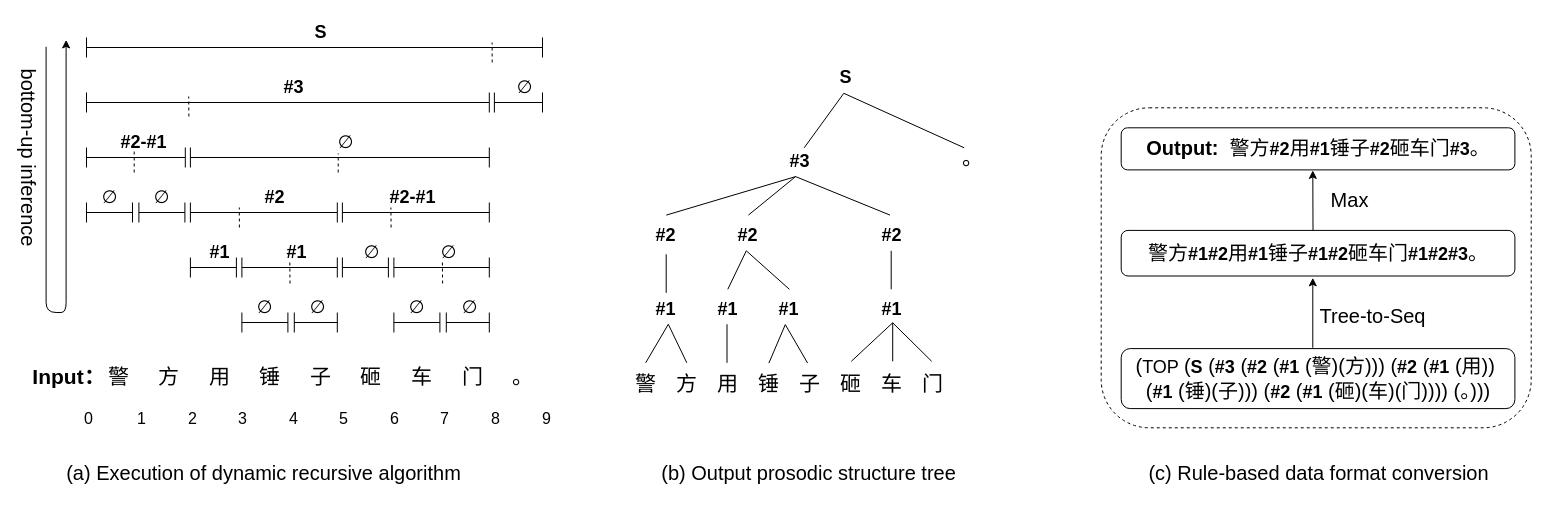
Earlier version of the draw.io diagram page "第 8 页" (8 of 13) of Untitled Diagram.drawio (ishine/Char2Prosody). Source tidied: cells renumbered, new cells numbered last; positions are measured from the earlier drawing's top-left corner, leaving out a move shared by most shapes. Both pictures are drawn from the tidied source at 100%, with x=0, y=0 at pixel (-66, 17).
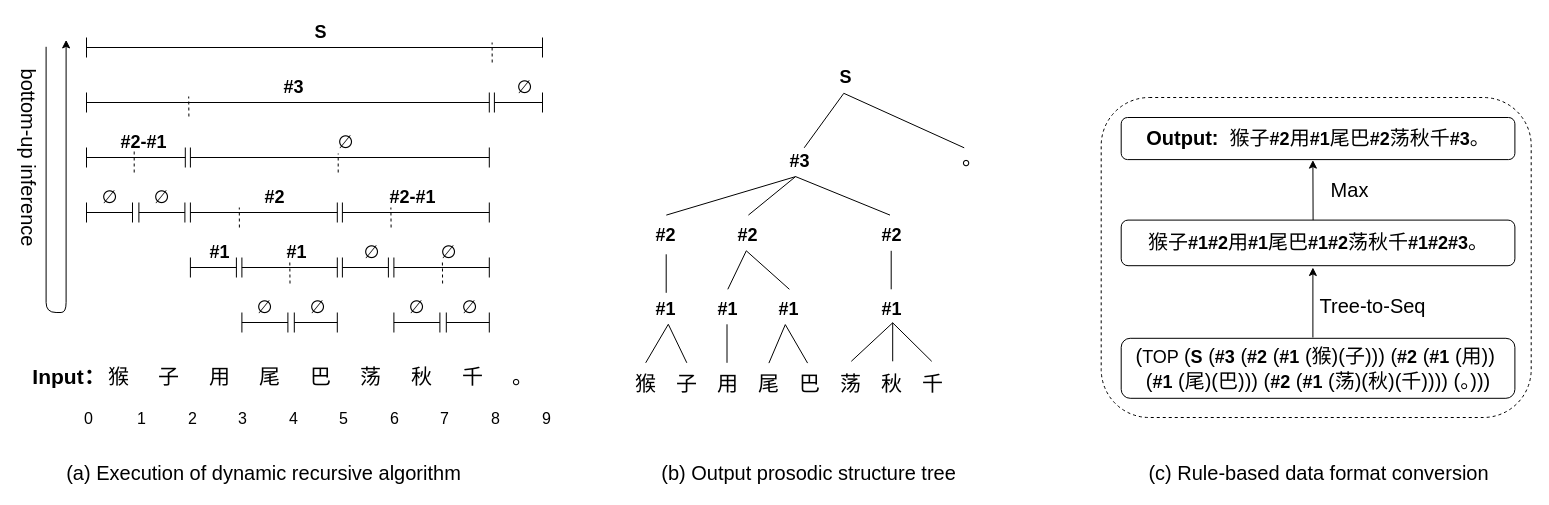
The same page after the edit.

Unchanged cells that the change refers to:
```xml
<mxCell id="3" style="group;" parent="1" vertex="1">
  <mxGeometry x="690.7" y="25.3" width="367.4" height="355.8" as="geometry" />
</mxCell>
```

The edit, as a diff of the source:
```diff
@@
-    <mxCell id="2" style="rounded=1;whiteSpace=wrap;html=1;fontSize=16;strokeColor=#000000;strokeWidth=1;fillColor=none;dashed=1;" parent="1" vertex="1">
-      <mxGeometry x="1166.7" y="90.3" width="430" height="320" as="geometry" />
-    </mxCell>
@@
-    <mxCell id="4" value="砸" style="text;html=1;align=center;verticalAlign=middle;fillColor=none;strokeColor=none;rounded=0;fontSize=21;" parent="3" vertex="1">
+    <mxCell id="4" value="荡" style="text;html=1;align=center;verticalAlign=middle;fillColor=none;strokeColor=none;rounded=0;fontSize=21;" parent="3" vertex="1">
       <mxGeometry x="205.3" y="325.8" width="40" height="30" as="geometry" />
     </mxCell>
-    <mxCell id="5" value="车" style="text;html=1;align=center;verticalAlign=middle;fillColor=none;strokeColor=none;rounded=0;fontSize=21;" parent="3" vertex="1">
+    <mxCell id="5" value="秋" style="text;html=1;align=center;verticalAlign=middle;fillColor=none;strokeColor=none;rounded=0;fontSize=21;" parent="3" vertex="1">
       <mxGeometry x="246.3" y="325.8" width="40" height="30" as="geometry" />
     </mxCell>
-    <mxCell id="6" value="门" style="text;html=1;align=center;verticalAlign=middle;fillColor=none;strokeColor=none;rounded=0;fontSize=21;" parent="3" vertex="1">
+    <mxCell id="6" value="千" style="text;html=1;align=center;verticalAlign=middle;fillColor=none;strokeColor=none;rounded=0;fontSize=21;" parent="3" vertex="1">
       <mxGeometry x="287.4" y="325.8" width="40" height="30" as="geometry" />
     </mxCell>
-    <mxCell id="7" value="锤" style="text;html=1;align=center;verticalAlign=middle;fillColor=none;strokeColor=none;rounded=0;fontSize=21;" parent="3" vertex="1">
+    <mxCell id="7" value="尾" style="text;html=1;align=center;verticalAlign=middle;fillColor=none;strokeColor=none;rounded=0;fontSize=21;" parent="3" vertex="1">
       <mxGeometry x="123.2" y="325.8" width="40" height="30" as="geometry" />
     </mxCell>
-    <mxCell id="8" value="警" style="text;html=1;align=center;verticalAlign=middle;fillColor=none;strokeColor=none;rounded=0;fontSize=21;" parent="3" vertex="1">
+    <mxCell id="8" value="猴" style="text;html=1;align=center;verticalAlign=middle;fillColor=none;strokeColor=none;rounded=0;fontSize=21;" parent="3" vertex="1">
       <mxGeometry y="325.8" width="40" height="30" as="geometry" />
     </mxCell>
-    <mxCell id="9" value="方" style="text;html=1;align=center;verticalAlign=middle;fillColor=none;strokeColor=none;rounded=0;fontSize=21;" parent="3" vertex="1">
+    <mxCell id="9" value="子" style="text;html=1;align=center;verticalAlign=middle;fillColor=none;strokeColor=none;rounded=0;fontSize=21;" parent="3" vertex="1">
       <mxGeometry x="41.1" y="325.8" width="40" height="30" as="geometry" />
     </mxCell>
@@
-    <mxCell id="11" value="子" style="text;html=1;align=center;verticalAlign=middle;fillColor=none;strokeColor=none;rounded=0;fontSize=21;" parent="3" vertex="1">
+    <mxCell id="11" value="巴" style="text;html=1;align=center;verticalAlign=middle;fillColor=none;strokeColor=none;rounded=0;fontSize=21;" parent="3" vertex="1">
       <mxGeometry x="164.2" y="325.8" width="40" height="30" as="geometry" />
     </mxCell>
@@
-    <mxCell id="39" value="&lt;p id=&quot;ud6db5a76&quot; class=&quot;ne-p&quot; style=&quot;margin: 0px ; padding: 0px ; min-height: 24px&quot;&gt;&lt;span class=&quot;ne-text&quot;&gt;(&lt;/span&gt;&lt;span class=&quot;ne-text&quot;&gt;&lt;font style=&quot;font-size: 18px&quot;&gt;TOP&amp;nbsp;&lt;/font&gt;&lt;/span&gt;&lt;span class=&quot;ne-text&quot;&gt;(&lt;/span&gt;&lt;span class=&quot;ne-text&quot;&gt;&lt;font style=&quot;font-size: 18px&quot;&gt;&lt;b&gt;S&lt;/b&gt;&lt;/font&gt;&lt;/span&gt;&lt;span class=&quot;ne-text&quot;&gt;&amp;nbsp;&lt;/span&gt;&lt;span class=&quot;ne-text&quot;&gt;(&lt;/span&gt;&lt;span class=&quot;ne-text&quot;&gt;&lt;font style=&quot;font-size: 18px&quot;&gt;&lt;b&gt;#3&lt;/b&gt;&lt;/font&gt;&lt;/span&gt;&lt;span class=&quot;ne-text&quot;&gt;&amp;nbsp;&lt;/span&gt;&lt;span class=&quot;ne-text&quot;&gt;(&lt;/span&gt;&lt;span class=&quot;ne-text&quot;&gt;&lt;font style=&quot;font-size: 18px&quot;&gt;&lt;b&gt;#2&lt;/b&gt;&lt;/font&gt;&lt;/span&gt;&lt;span class=&quot;ne-text&quot;&gt;&amp;nbsp;(&lt;/span&gt;&lt;span class=&quot;ne-text&quot;&gt;&lt;font style=&quot;font-size: 18px&quot;&gt;&lt;b&gt;#1&lt;/b&gt;&lt;/font&gt;&lt;/span&gt;&lt;span class=&quot;ne-text&quot;&gt;&amp;nbsp;(警)(方))&lt;/span&gt;&lt;span class=&quot;ne-text&quot;&gt;)&lt;/span&gt;&lt;span class=&quot;ne-text&quot;&gt;&amp;nbsp;&lt;/span&gt;&lt;span class=&quot;ne-text&quot;&gt;(&lt;/span&gt;&lt;span class=&quot;ne-text&quot;&gt;&lt;font style=&quot;font-size: 18px&quot;&gt;&lt;b&gt;#2&lt;/b&gt;&lt;/font&gt;&lt;/span&gt;&lt;span class=&quot;ne-text&quot;&gt;&amp;nbsp;(&lt;/span&gt;&lt;span class=&quot;ne-text&quot;&gt;&lt;font style=&quot;font-size: 18px&quot;&gt;&lt;b&gt;#1&lt;/b&gt;&lt;/font&gt;&lt;/span&gt;&lt;span class=&quot;ne-text&quot;&gt;&amp;nbsp;(用))&amp;nbsp;&lt;/span&gt;&lt;/p&gt;&lt;p id=&quot;ud6db5a76&quot; class=&quot;ne-p&quot; style=&quot;margin: 0px ; padding: 0px ; min-height: 24px&quot;&gt;&lt;span class=&quot;ne-text&quot;&gt;(&lt;/span&gt;&lt;span class=&quot;ne-text&quot;&gt;&lt;font style=&quot;font-size: 18px&quot;&gt;&lt;b&gt;#1&lt;/b&gt;&lt;/font&gt;&lt;/span&gt;&lt;span class=&quot;ne-text&quot;&gt;&amp;nbsp;(锤)(子))&lt;/span&gt;&lt;span class=&quot;ne-text&quot;&gt;)&lt;/span&gt;&lt;span class=&quot;ne-text&quot;&gt;&amp;nbsp;&lt;/span&gt;&lt;span class=&quot;ne-text&quot;&gt;(&lt;/span&gt;&lt;span class=&quot;ne-text&quot;&gt;&lt;font style=&quot;font-size: 18px&quot;&gt;&lt;b&gt;#2&lt;/b&gt;&lt;/font&gt;&lt;/span&gt;&lt;span class=&quot;ne-text&quot;&gt;&amp;nbsp;(&lt;/span&gt;&lt;span class=&quot;ne-text&quot;&gt;&lt;font style=&quot;font-size: 18px&quot;&gt;&lt;b&gt;#1&lt;/b&gt;&lt;/font&gt;&lt;/span&gt;&lt;span class=&quot;ne-text&quot;&gt;&amp;nbsp;(砸)(车)(门))&lt;/span&gt;&lt;span class=&quot;ne-text&quot;&gt;)&lt;/span&gt;&lt;span class=&quot;ne-text&quot;&gt;)&lt;/span&gt;&lt;span class=&quot;ne-text&quot;&gt;&amp;nbsp;(。)&lt;/span&gt;&lt;span class=&quot;ne-text&quot;&gt;)&lt;/span&gt;&lt;span class=&quot;ne-text&quot;&gt;)&lt;/span&gt;&lt;/p&gt;" style="rounded=1;whiteSpace=wrap;html=1;fontSize=20;strokeColor=#000000;strokeWidth=1;fillColor=none;" parent="1" vertex="1">
-      <mxGeometry x="1186.7" y="331.1" width="393.7" height="60" as="geometry" />
-    </mxCell>
-    <mxCell id="40" value="&lt;span class=&quot;ne-text&quot;&gt;警方&lt;/span&gt;&lt;span class=&quot;ne-text&quot;&gt;&lt;font style=&quot;font-size: 18px&quot;&gt;&lt;b&gt;#1#2&lt;/b&gt;&lt;/font&gt;&lt;/span&gt;&lt;span class=&quot;ne-text&quot;&gt;用&lt;/span&gt;&lt;span class=&quot;ne-text&quot;&gt;&lt;font style=&quot;font-size: 18px&quot;&gt;&lt;b&gt;#1&lt;/b&gt;&lt;/font&gt;&lt;/span&gt;&lt;span class=&quot;ne-text&quot;&gt;锤子&lt;/span&gt;&lt;span class=&quot;ne-text&quot;&gt;&lt;font style=&quot;font-size: 18px&quot;&gt;&lt;b&gt;#1#2&lt;/b&gt;&lt;/font&gt;&lt;/span&gt;&lt;span class=&quot;ne-text&quot;&gt;砸车门&lt;/span&gt;&lt;span class=&quot;ne-text&quot;&gt;&lt;font style=&quot;font-size: 18px&quot;&gt;&lt;b&gt;#1#2#3&lt;/b&gt;&lt;/font&gt;&lt;/span&gt;&lt;span class=&quot;ne-text&quot;&gt;。&lt;/span&gt;" style="rounded=1;whiteSpace=wrap;html=1;fontSize=20;strokeColor=#000000;strokeWidth=1;fillColor=none;" parent="1" vertex="1">
-      <mxGeometry x="1186.7" y="212.9" width="393.7" height="45.6" as="geometry" />
-    </mxCell>
-    <mxCell id="41" value="&lt;span class=&quot;ne-text&quot;&gt;&lt;b&gt;Output:&lt;/b&gt;&amp;nbsp; 警方&lt;/span&gt;&lt;span class=&quot;ne-text&quot;&gt;&lt;font style=&quot;font-size: 18px&quot;&gt;&lt;b&gt;#2&lt;/b&gt;&lt;/font&gt;&lt;/span&gt;&lt;span class=&quot;ne-text&quot;&gt;用&lt;/span&gt;&lt;span class=&quot;ne-text&quot;&gt;&lt;font style=&quot;font-size: 18px&quot;&gt;&lt;b&gt;#1&lt;/b&gt;&lt;/font&gt;&lt;/span&gt;&lt;span class=&quot;ne-text&quot;&gt;锤子&lt;/span&gt;&lt;span class=&quot;ne-text&quot;&gt;&lt;font style=&quot;font-size: 18px&quot;&gt;&lt;b&gt;#2&lt;/b&gt;&lt;/font&gt;&lt;/span&gt;&lt;span class=&quot;ne-text&quot;&gt;砸车门&lt;/span&gt;&lt;span class=&quot;ne-text&quot;&gt;&lt;font style=&quot;font-size: 18px&quot;&gt;&lt;b&gt;#3&lt;/b&gt;&lt;/font&gt;&lt;/span&gt;&lt;span class=&quot;ne-text&quot;&gt;。&lt;/span&gt;" style="rounded=1;whiteSpace=wrap;html=1;fontSize=20;strokeColor=#000000;strokeWidth=1;fillColor=none;" parent="1" vertex="1">
-      <mxGeometry x="1186.7" y="110.3" width="393.7" height="42.1" as="geometry" />
-    </mxCell>
-    <mxCell id="42" style="endArrow=classic;html=1;fontSize=20;" parent="1" edge="1">
-      <mxGeometry relative="1" as="geometry">
-        <mxPoint x="1378.3" y="330.3" as="sourcePoint" />
-        <mxPoint x="1378.3" y="260.3" as="targetPoint" />
-      </mxGeometry>
-    </mxCell>
-    <mxCell id="43" style="endArrow=classic;html=1;fontSize=20;" parent="1" edge="1">
-      <mxGeometry relative="1" as="geometry">
-        <mxPoint x="1378.5" y="212.9" as="sourcePoint" />
-        <mxPoint x="1378.3" y="152.9" as="targetPoint" />
-      </mxGeometry>
-    </mxCell>
-    <mxCell id="44" value="Tree-to-Seq" style="text;html=1;align=center;verticalAlign=middle;fillColor=none;strokeColor=none;rounded=0;fontSize=20;" parent="1" vertex="1">
-      <mxGeometry x="1378.4" y="283" width="120" height="30" as="geometry" />
-    </mxCell>
-    <mxCell id="45" value="Max" style="text;html=1;align=center;verticalAlign=middle;fillColor=none;strokeColor=none;rounded=0;fontSize=20;" parent="1" vertex="1">
-      <mxGeometry x="1390.4" y="167" width="50" height="30" as="geometry" />
-    </mxCell>
@@
-    <mxCell id="59" value="砸" style="text;html=1;align=center;verticalAlign=middle;fillColor=none;strokeColor=none;rounded=0;fontSize=21;" parent="1" vertex="1">
+    <mxCell id="59" value="荡" style="text;html=1;align=center;verticalAlign=middle;fillColor=none;strokeColor=none;rounded=0;fontSize=21;" parent="1" vertex="1">
       <mxGeometry x="416.4" y="344" width="40" height="30" as="geometry" />
     </mxCell>
-    <mxCell id="60" value="车" style="text;html=1;align=center;verticalAlign=middle;fillColor=none;strokeColor=none;rounded=0;fontSize=21;" parent="1" vertex="1">
+    <mxCell id="60" value="秋" style="text;html=1;align=center;verticalAlign=middle;fillColor=none;strokeColor=none;rounded=0;fontSize=21;" parent="1" vertex="1">
       <mxGeometry x="467" y="344" width="40" height="30" as="geometry" />
     </mxCell>
-    <mxCell id="61" value="门" style="text;html=1;align=center;verticalAlign=middle;fillColor=none;strokeColor=none;rounded=0;fontSize=21;" parent="1" vertex="1">
+    <mxCell id="61" value="千" style="text;html=1;align=center;verticalAlign=middle;fillColor=none;strokeColor=none;rounded=0;fontSize=21;" parent="1" vertex="1">
       <mxGeometry x="517.5" y="344" width="40" height="30" as="geometry" />
     </mxCell>
@@
-    <mxCell id="63" value="锤" style="text;html=1;align=center;verticalAlign=middle;fillColor=none;strokeColor=none;rounded=0;fontSize=21;" parent="1" vertex="1">
+    <mxCell id="63" value="尾" style="text;html=1;align=center;verticalAlign=middle;fillColor=none;strokeColor=none;rounded=0;fontSize=21;" parent="1" vertex="1">
       <mxGeometry x="315.3" y="344" width="40" height="30" as="geometry" />
     </mxCell>
-    <mxCell id="64" value="警" style="text;html=1;align=center;verticalAlign=middle;fillColor=none;strokeColor=none;rounded=0;fontSize=21;" parent="1" vertex="1">
+    <mxCell id="64" value="猴" style="text;html=1;align=center;verticalAlign=middle;fillColor=none;strokeColor=none;rounded=0;fontSize=21;" parent="1" vertex="1">
       <mxGeometry x="163.7" y="344" width="40" height="30" as="geometry" />
     </mxCell>
-    <mxCell id="65" value="方" style="text;html=1;align=center;verticalAlign=middle;fillColor=none;strokeColor=none;rounded=0;fontSize=21;" parent="1" vertex="1">
+    <mxCell id="65" value="子" style="text;html=1;align=center;verticalAlign=middle;fillColor=none;strokeColor=none;rounded=0;fontSize=21;" parent="1" vertex="1">
       <mxGeometry x="214.2" y="344" width="40" height="30" as="geometry" />
     </mxCell>
@@
-    <mxCell id="67" value="子" style="text;html=1;align=center;verticalAlign=middle;fillColor=none;strokeColor=none;rounded=0;fontSize=21;" parent="1" vertex="1">
+    <mxCell id="67" value="巴" style="text;html=1;align=center;verticalAlign=middle;fillColor=none;strokeColor=none;rounded=0;fontSize=21;" parent="1" vertex="1">
       <mxGeometry x="365.9" y="344" width="40" height="30" as="geometry" />
     </mxCell>
@@
+    <mxCell id="113" style="group;" parent="1" vertex="1">
+      <mxGeometry x="1166.7" y="80" width="430" height="320" as="geometry" />
+    </mxCell>
+    <mxCell id="2" style="rounded=1;whiteSpace=wrap;html=1;fontSize=16;strokeColor=#000000;strokeWidth=1;fillColor=none;dashed=1;" parent="113" vertex="1">
+      <mxGeometry width="430" height="320" as="geometry" />
+    </mxCell>
+    <mxCell id="39" value="&lt;p id=&quot;ud6db5a76&quot; class=&quot;ne-p&quot; style=&quot;margin: 0px ; padding: 0px ; min-height: 24px&quot;&gt;&lt;span class=&quot;ne-text&quot;&gt;(&lt;/span&gt;&lt;span class=&quot;ne-text&quot;&gt;&lt;font style=&quot;font-size: 18px&quot;&gt;TOP&amp;nbsp;&lt;/font&gt;&lt;/span&gt;&lt;span class=&quot;ne-text&quot;&gt;(&lt;/span&gt;&lt;span class=&quot;ne-text&quot;&gt;&lt;font style=&quot;font-size: 18px&quot;&gt;&lt;b&gt;S&lt;/b&gt;&lt;/font&gt;&lt;/span&gt;&lt;span class=&quot;ne-text&quot;&gt;&amp;nbsp;&lt;/span&gt;&lt;span class=&quot;ne-text&quot;&gt;(&lt;/span&gt;&lt;span class=&quot;ne-text&quot;&gt;&lt;font style=&quot;font-size: 18px&quot;&gt;&lt;b&gt;#3&lt;/b&gt;&lt;/font&gt;&lt;/span&gt;&lt;span class=&quot;ne-text&quot;&gt;&amp;nbsp;&lt;/span&gt;&lt;span class=&quot;ne-text&quot;&gt;(&lt;/span&gt;&lt;span class=&quot;ne-text&quot;&gt;&lt;font style=&quot;font-size: 18px&quot;&gt;&lt;b&gt;#2&lt;/b&gt;&lt;/font&gt;&lt;/span&gt;&lt;span class=&quot;ne-text&quot;&gt;&amp;nbsp;(&lt;/span&gt;&lt;span class=&quot;ne-text&quot;&gt;&lt;font style=&quot;font-size: 18px&quot;&gt;&lt;b&gt;#1&lt;/b&gt;&lt;/font&gt;&lt;/span&gt;&lt;span class=&quot;ne-text&quot;&gt;&amp;nbsp;(猴)(子))&lt;/span&gt;&lt;span class=&quot;ne-text&quot;&gt;)&lt;/span&gt;&lt;span class=&quot;ne-text&quot;&gt;&amp;nbsp;&lt;/span&gt;&lt;span class=&quot;ne-text&quot;&gt;(&lt;/span&gt;&lt;span class=&quot;ne-text&quot;&gt;&lt;font style=&quot;font-size: 18px&quot;&gt;&lt;b&gt;#2&lt;/b&gt;&lt;/font&gt;&lt;/span&gt;&lt;span class=&quot;ne-text&quot;&gt;&amp;nbsp;(&lt;/span&gt;&lt;span class=&quot;ne-text&quot;&gt;&lt;font style=&quot;font-size: 18px&quot;&gt;&lt;b&gt;#1&lt;/b&gt;&lt;/font&gt;&lt;/span&gt;&lt;span class=&quot;ne-text&quot;&gt;&amp;nbsp;(用))&amp;nbsp;&lt;/span&gt;&lt;/p&gt;&lt;p id=&quot;ud6db5a76&quot; class=&quot;ne-p&quot; style=&quot;margin: 0px ; padding: 0px ; min-height: 24px&quot;&gt;&lt;span class=&quot;ne-text&quot;&gt;(&lt;/span&gt;&lt;span class=&quot;ne-text&quot;&gt;&lt;font style=&quot;font-size: 18px&quot;&gt;&lt;b&gt;#1&lt;/b&gt;&lt;/font&gt;&lt;/span&gt;&lt;span class=&quot;ne-text&quot;&gt;&amp;nbsp;(尾)(巴))&lt;/span&gt;&lt;span class=&quot;ne-text&quot;&gt;)&lt;/span&gt;&lt;span class=&quot;ne-text&quot;&gt;&amp;nbsp;&lt;/span&gt;&lt;span class=&quot;ne-text&quot;&gt;(&lt;/span&gt;&lt;span class=&quot;ne-text&quot;&gt;&lt;font style=&quot;font-size: 18px&quot;&gt;&lt;b&gt;#2&lt;/b&gt;&lt;/font&gt;&lt;/span&gt;&lt;span class=&quot;ne-text&quot;&gt;&amp;nbsp;(&lt;/span&gt;&lt;span class=&quot;ne-text&quot;&gt;&lt;font style=&quot;font-size: 18px&quot;&gt;&lt;b&gt;#1&lt;/b&gt;&lt;/font&gt;&lt;/span&gt;&lt;span class=&quot;ne-text&quot;&gt;&amp;nbsp;(荡)(秋)(千))&lt;/span&gt;&lt;span class=&quot;ne-text&quot;&gt;)&lt;/span&gt;&lt;span class=&quot;ne-text&quot;&gt;)&lt;/span&gt;&lt;span class=&quot;ne-text&quot;&gt;&amp;nbsp;(。)&lt;/span&gt;&lt;span class=&quot;ne-text&quot;&gt;)&lt;/span&gt;&lt;span class=&quot;ne-text&quot;&gt;)&lt;/span&gt;&lt;/p&gt;" style="rounded=1;whiteSpace=wrap;html=1;fontSize=20;strokeColor=#000000;strokeWidth=1;fillColor=none;" parent="113" vertex="1">
+      <mxGeometry x="20" y="240.8" width="393.7" height="60" as="geometry" />
+    </mxCell>
+    <mxCell id="40" value="&lt;span class=&quot;ne-text&quot;&gt;&lt;font&gt;猴子&lt;b style=&quot;font-size: 18px&quot;&gt;#1#2&lt;/b&gt;&lt;/font&gt;&lt;/span&gt;&lt;span class=&quot;ne-text&quot;&gt;用&lt;/span&gt;&lt;span class=&quot;ne-text&quot;&gt;&lt;font&gt;&lt;b style=&quot;font-size: 18px&quot;&gt;#1&lt;/b&gt;尾巴&lt;/font&gt;&lt;/span&gt;&lt;span class=&quot;ne-text&quot;&gt;&lt;font&gt;&lt;b style=&quot;font-size: 18px&quot;&gt;#1#2&lt;/b&gt;荡秋千&lt;/font&gt;&lt;/span&gt;&lt;span class=&quot;ne-text&quot;&gt;&lt;font style=&quot;font-size: 18px&quot;&gt;&lt;b&gt;#1#2#3&lt;/b&gt;&lt;/font&gt;&lt;/span&gt;&lt;span class=&quot;ne-text&quot;&gt;。&lt;/span&gt;" style="rounded=1;whiteSpace=wrap;html=1;fontSize=20;strokeColor=#000000;strokeWidth=1;fillColor=none;" parent="113" vertex="1">
+      <mxGeometry x="20" y="122.6" width="393.7" height="45.6" as="geometry" />
+    </mxCell>
+    <mxCell id="41" value="&lt;span class=&quot;ne-text&quot;&gt;&lt;b&gt;Output:&lt;/b&gt;&amp;nbsp; 猴子&lt;/span&gt;&lt;span class=&quot;ne-text&quot;&gt;&lt;font style=&quot;font-size: 18px&quot;&gt;&lt;b&gt;#2&lt;/b&gt;&lt;/font&gt;&lt;/span&gt;&lt;span class=&quot;ne-text&quot;&gt;用&lt;/span&gt;&lt;span class=&quot;ne-text&quot;&gt;&lt;font style=&quot;font-size: 18px&quot;&gt;&lt;b&gt;#1&lt;/b&gt;&lt;/font&gt;&lt;/span&gt;&lt;span class=&quot;ne-text&quot;&gt;尾巴&lt;/span&gt;&lt;span class=&quot;ne-text&quot;&gt;&lt;font&gt;&lt;b style=&quot;font-size: 18px&quot;&gt;#2&lt;/b&gt;荡秋千&lt;/font&gt;&lt;/span&gt;&lt;span class=&quot;ne-text&quot;&gt;&lt;font style=&quot;font-size: 18px&quot;&gt;&lt;b&gt;#3&lt;/b&gt;&lt;/font&gt;&lt;/span&gt;&lt;span class=&quot;ne-text&quot;&gt;。&lt;/span&gt;" style="rounded=1;whiteSpace=wrap;html=1;fontSize=20;strokeColor=#000000;strokeWidth=1;fillColor=none;" parent="113" vertex="1">
+      <mxGeometry x="20" y="20" width="393.7" height="42.1" as="geometry" />
+    </mxCell>
+    <mxCell id="42" style="endArrow=classic;html=1;fontSize=20;" parent="113" edge="1">
+      <mxGeometry relative="1" as="geometry">
+        <mxPoint x="211.7" y="240" as="sourcePoint" />
+        <mxPoint x="211.7" y="170" as="targetPoint" />
+      </mxGeometry>
+    </mxCell>
+    <mxCell id="43" style="endArrow=classic;html=1;fontSize=20;" parent="113" edge="1">
+      <mxGeometry relative="1" as="geometry">
+        <mxPoint x="211.9" y="122.6" as="sourcePoint" />
+        <mxPoint x="211.7" y="62.6" as="targetPoint" />
+      </mxGeometry>
+    </mxCell>
+    <mxCell id="44" value="Tree-to-Seq" style="text;html=1;align=center;verticalAlign=middle;fillColor=none;strokeColor=none;rounded=0;fontSize=20;" parent="113" vertex="1">
+      <mxGeometry x="211.7" y="192.7" width="120" height="30" as="geometry" />
+    </mxCell>
+    <mxCell id="45" value="Max" style="text;html=1;align=center;verticalAlign=middle;fillColor=none;strokeColor=none;rounded=0;fontSize=20;" parent="113" vertex="1">
+      <mxGeometry x="223.7" y="76.7" width="50" height="30" as="geometry" />
+    </mxCell>
```
